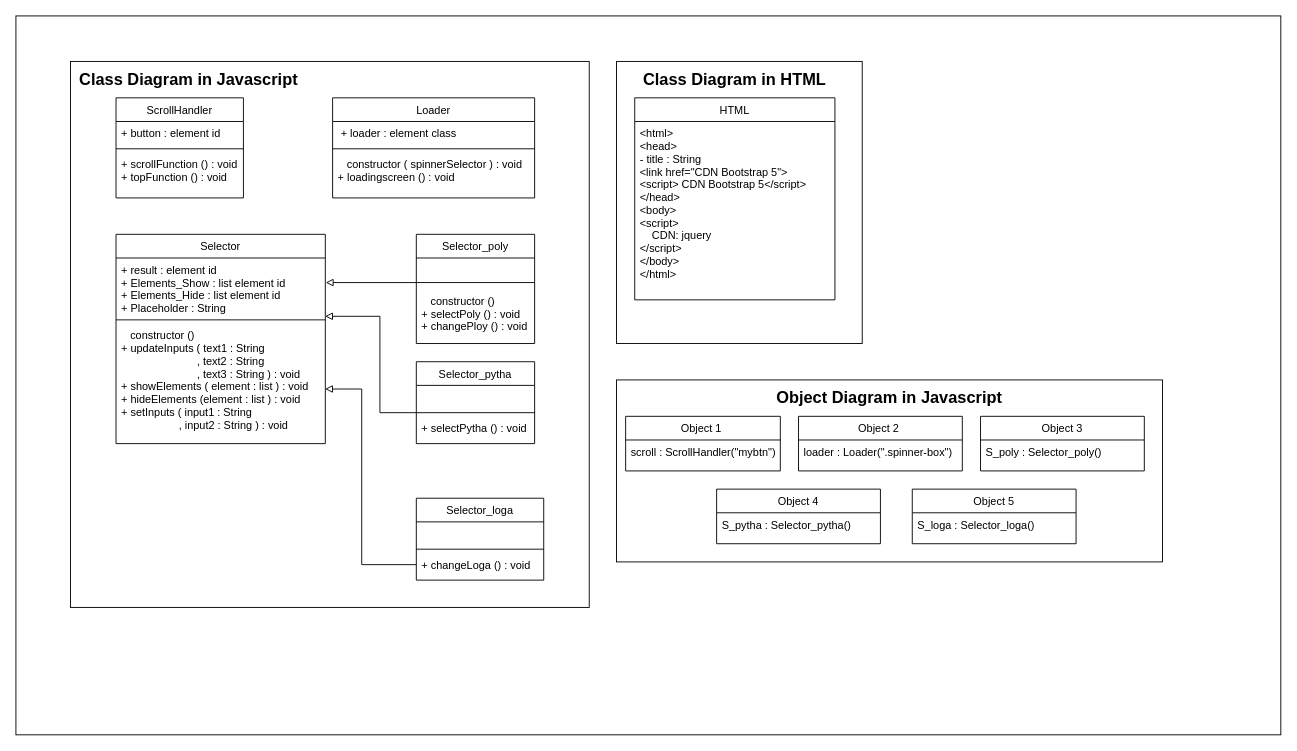
The draw.io diagram Diagram draw.io/Class Diagram.drawio in Artorn25/Math-Solver, before the edit. Source tidied: cells renumbered, new cells numbered last; positions are measured from the earlier drawing's top-left corner, leaving out a move shared by most shapes. Both pictures are drawn from the tidied source at 91%, with x=0, y=0 at pixel (15, 15).
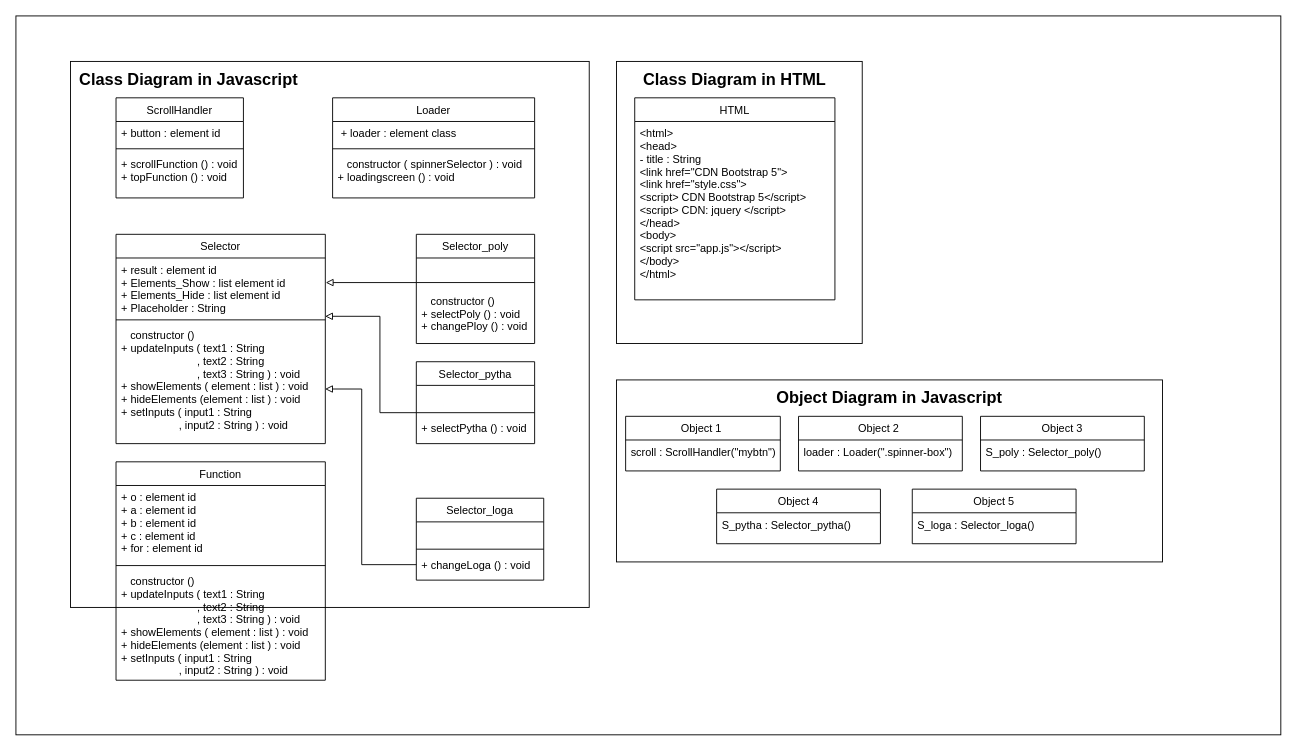
The same diagram, later.

Unchanged cells that the change refers to:
```xml
<mxCell id="45" value="HTML" style="swimlane;fontStyle=0;align=center;verticalAlign=top;horizontal=1;startSize=26;rounded=0;shadow=0;strokeWidth=1;" parent="1" vertex="1">
  <mxGeometry x="680" y="90" width="220" height="222" as="geometry" />
</mxCell>
```

Diff of the diagram source:
```diff
@@
-    <mxCell id="46" value="&lt;html&gt;&#10;&lt;head&gt;&#10;- title : String&#10;&lt;link href=&quot;CDN Bootstrap 5&quot;&gt;&#10;&lt;script&gt; CDN Bootstrap 5&lt;/script&gt;&#10;&lt;/head&gt; &#10;&lt;body&gt;&#10;&lt;script&gt;&#10;    CDN: jquery&#10;&lt;/script&gt;&#10;&lt;/body&gt; &#10;&lt;/html&gt;" style="text;align=left;verticalAlign=top;spacingLeft=4;spacingRight=4;overflow=hidden;" parent="45" vertex="1">
+    <mxCell id="46" value="&lt;html&gt;&#10;&lt;head&gt;&#10;- title : String&#10;&lt;link href=&quot;CDN Bootstrap 5&quot;&gt;&#10;&lt;link href=&quot;style.css&quot;&gt;&#10;&lt;script&gt; CDN Bootstrap 5&lt;/script&gt;&#10;&lt;script&gt; CDN: jquery &lt;/script&gt;&#10;&lt;/head&gt; &#10;&lt;body&gt;&#10;&lt;script src=&quot;app.js&quot;&gt;&lt;/script&gt;&#10;&lt;/body&gt; &#10;&lt;/html&gt;" style="text;align=left;verticalAlign=top;spacingLeft=4;spacingRight=4;overflow=hidden;" parent="45" vertex="1">
       <mxGeometry y="26" width="220" height="184" as="geometry" />
     </mxCell>
@@
+    <mxCell id="48" value="Function" style="swimlane;fontStyle=0;align=center;verticalAlign=top;horizontal=1;startSize=26;rounded=0;shadow=0;strokeWidth=1;" parent="1" vertex="1">
+      <mxGeometry x="110" y="490" width="230" height="240" as="geometry" />
+    </mxCell>
+    <mxCell id="49" value="+ o : element id &#10;+ a : element id &#10;+ b : element id &#10;+ c : element id &#10;+ for : element id" style="text;align=left;verticalAlign=top;spacingLeft=4;spacingRight=4;overflow=hidden;spacingTop=0;" parent="48" vertex="1">
+      <mxGeometry y="26" width="230" height="84" as="geometry" />
+    </mxCell>
+    <mxCell id="50" style="line;html=1;strokeWidth=1;align=left;verticalAlign=middle;spacingTop=-1;spacingLeft=3;spacingRight=3;labelPosition=right;" parent="48" vertex="1">
+      <mxGeometry y="110" width="230" height="8" as="geometry" />
+    </mxCell>
+    <mxCell id="51" value="   constructor ()&#10;+ updateInputs ( text1 : String&#10;                         , text2 : String&#10;                         , text3 : String ) : void&#10;+ showElements ( element : list ) : void&#10;+ hideElements (element : list ) : void&#10;+ setInputs ( input1 : String&#10;                   , input2 : String ) : void&#10;" style="text;align=left;verticalAlign=top;spacingLeft=4;spacingRight=4;overflow=hidden;" parent="48" vertex="1">
+      <mxGeometry y="118" width="230" height="122" as="geometry" />
+    </mxCell>
```
